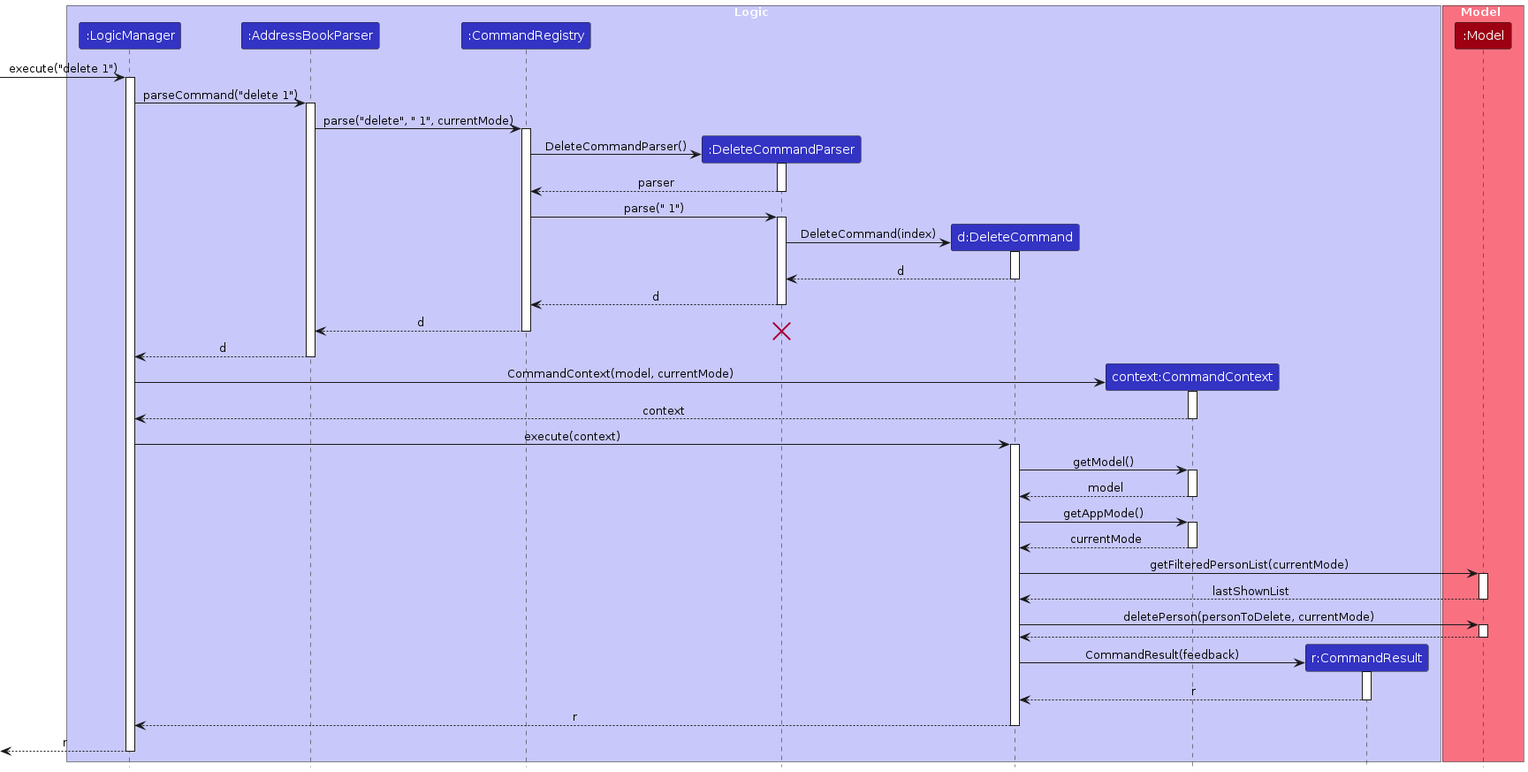
Above: diagrams/DeleteSequenceDiagram.png in AY2526S2-CS2103T-T15-2/tp (PlantUML), before the change. Its source is kept beside it as diagrams/DeleteSequenceDiagram.puml.
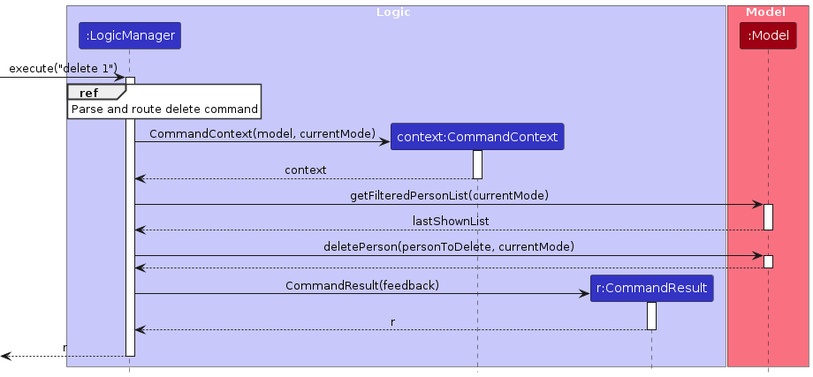
The same diagram one commit later.

What changed in the source:
```diff
@@ -1,13 +1,13 @@
 @startuml
 !include style.puml
 skinparam ArrowFontStyle plain
+skinparam sequence {
+	ReferenceBackgroundColor #FFFFFF
+	ReferenceBorderColor #333333
+}
 
 box Logic LOGIC_COLOR_T1
 participant ":LogicManager" as LogicManager LOGIC_COLOR
-participant ":AddressBookParser" as AddressBookParser LOGIC_COLOR
-participant ":CommandRegistry" as CommandRegistry LOGIC_COLOR
-participant ":DeleteCommandParser" as DeleteCommandParser LOGIC_COLOR
-participant "d:DeleteCommand" as DeleteCommand LOGIC_COLOR
 participant "context:CommandContext" as CommandContext LOGIC_COLOR
 participant "r:CommandResult" as CommandResult LOGIC_COLOR
 end box
@@ -19,36 +19,9 @@
 [-> LogicManager : execute("delete 1")
 activate LogicManager
 
-LogicManager -> AddressBookParser : parseCommand("delete 1")
-activate AddressBookParser
-
-AddressBookParser -> CommandRegistry : parse("delete", " 1", currentMode)
-activate CommandRegistry
-
-create DeleteCommandParser
-CommandRegistry -> DeleteCommandParser : DeleteCommandParser()
-activate DeleteCommandParser
-DeleteCommandParser --> CommandRegistry : parser
-deactivate DeleteCommandParser
-
-CommandRegistry -> DeleteCommandParser : parse(" 1")
-activate DeleteCommandParser
-
-create DeleteCommand
-DeleteCommandParser -> DeleteCommand : DeleteCommand(index)
-activate DeleteCommand
-DeleteCommand --> DeleteCommandParser : d
-deactivate DeleteCommand
-
-DeleteCommandParser --> CommandRegistry : d
-deactivate DeleteCommandParser
-
-CommandRegistry --> AddressBookParser : d
-deactivate CommandRegistry
-destroy DeleteCommandParser
-
-AddressBookParser --> LogicManager : d
-deactivate AddressBookParser
+ref over LogicManager
+Parse and route delete command
+end ref
 
 create CommandContext
 LogicManager -> CommandContext : CommandContext(model, currentMode)
@@ -56,37 +29,21 @@
 CommandContext --> LogicManager : context
 deactivate CommandContext
 
-LogicManager -> DeleteCommand : execute(context)
-activate DeleteCommand
-
-DeleteCommand -> CommandContext : getModel()
-activate CommandContext
-CommandContext --> DeleteCommand : model
-deactivate CommandContext
-
-DeleteCommand -> CommandContext : getAppMode()
-activate CommandContext
-CommandContext --> DeleteCommand : currentMode
-deactivate CommandContext
-
-DeleteCommand -> Model : getFilteredPersonList(currentMode)
+LogicManager -> Model : getFilteredPersonList(currentMode)
 activate Model
-Model --> DeleteCommand : lastShownList
+Model --> LogicManager : lastShownList
 deactivate Model
 
-DeleteCommand -> Model : deletePerson(personToDelete, currentMode)
+LogicManager -> Model : deletePerson(personToDelete, currentMode)
 activate Model
-Model --> DeleteCommand
+Model --> LogicManager
 deactivate Model
 
 create CommandResult
-DeleteCommand -> CommandResult : CommandResult(feedback)
+LogicManager -> CommandResult : CommandResult(feedback)
 activate CommandResult
-CommandResult --> DeleteCommand : r
+CommandResult --> LogicManager : r
 deactivate CommandResult
-
-DeleteCommand --> LogicManager : r
-deactivate DeleteCommand
 
 [<-- LogicManager : r
 deactivate LogicManager
```
